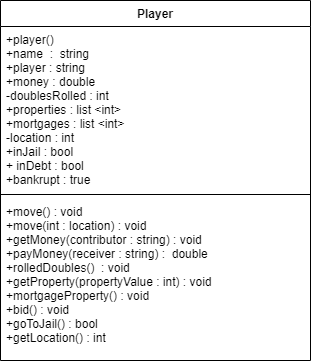
This is Player_Monopoly_UML.drawio.png from NReedel/Monopoly, a draw.io export, as it was before one commit. Source tidied: cells renumbered, new cells last; positions are measured from the earlier drawing's top-left corner, leaving out a move shared by most shapes.
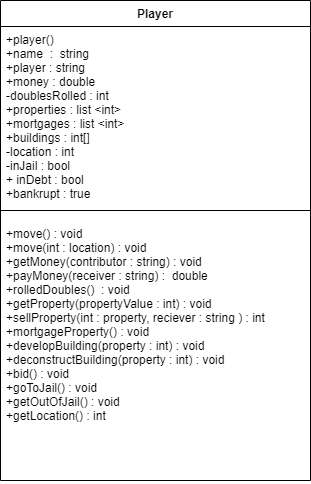
After the change.

Change to the diagram source:
```diff
@@ -3,16 +3,16 @@
     <mxCell id="0" style="html=1;" />
     <mxCell id="1" style="html=1;" parent="0" />
     <mxCell id="2" value="Player" style="swimlane;fontStyle=1;align=center;verticalAlign=top;horizontal=1;startSize=26;" parent="1" vertex="1">
-      <mxGeometry width="310" height="360" as="geometry" />
+      <mxGeometry width="310" height="480" as="geometry" />
     </mxCell>
-    <mxCell id="3" value="+player()&#10;+name  :  string&#10;+player : string&#10;+money : double&#10;-doublesRolled : int&#10;+properties : list &lt;int&gt;&#10;+mortgages : list &lt;int&gt;&#10;-location : int&#10;+inJail : bool&#10;+ inDebt : bool&#10;+bankrupt : true&#10;" style="text;strokeColor=none;fillColor=none;align=left;verticalAlign=top;spacingLeft=4;spacingRight=4;overflow=hidden;" parent="2" vertex="1">
-      <mxGeometry y="26" width="310" height="164" as="geometry" />
+    <mxCell id="3" value="+player()&#10;+name  :  string&#10;+player : string&#10;+money : double&#10;-doublesRolled : int&#10;+properties : list &lt;int&gt;&#10;+mortgages : list &lt;int&gt;&#10;+buildings : int[]&#10;-location : int&#10;-inJail : bool&#10;+ inDebt : bool&#10;+bankrupt : true&#10;" style="text;strokeColor=none;fillColor=none;align=left;verticalAlign=top;spacingLeft=4;spacingRight=4;overflow=hidden;" parent="2" vertex="1">
+      <mxGeometry y="26" width="310" height="174" as="geometry" />
     </mxCell>
     <mxCell id="4" style="line;strokeWidth=1;fillColor=none;align=left;verticalAlign=middle;spacingTop=-1;spacingLeft=3;spacingRight=3;labelPosition=right;strokeColor=inherit;" parent="2" vertex="1">
-      <mxGeometry y="190" width="310" height="8" as="geometry" />
+      <mxGeometry y="200" width="310" height="20" as="geometry" />
     </mxCell>
-    <mxCell id="5" value="+move() : void&#10;+move(int : location) : void&#10;+getMoney(contributor : string) : void&#10;+payMoney(receiver : string) :  double&#10;+rolledDoubles()  : void&#10;+getProperty(propertyValue : int) : void&#10;+mortgageProperty() : void &#10;+bid() : void &#10;+goToJail() : bool&#10;+getLocation() : int&#10;" style="text;strokeColor=none;fillColor=none;align=left;verticalAlign=top;spacingLeft=4;spacingRight=4;overflow=hidden;" parent="2" vertex="1">
-      <mxGeometry y="198" width="310" height="162" as="geometry" />
+    <mxCell id="5" value="+move() : void&#10;+move(int : location) : void&#10;+getMoney(contributor : string) : void&#10;+payMoney(receiver : string) :  double&#10;+rolledDoubles()  : void&#10;+getProperty(propertyValue : int) : void&#10;+sellProperty(int : property, reciever : string ) : int&#10;+mortgageProperty() : void &#10;+developBuilding(property : int) : void&#10;+deconstructBuilding(property : int) : void&#10;+bid() : void &#10;+goToJail() : void&#10;+getOutOfJail() : void&#10;+getLocation() : int&#10;" style="text;strokeColor=none;fillColor=none;align=left;verticalAlign=top;spacingLeft=4;spacingRight=4;overflow=hidden;" parent="2" vertex="1">
+      <mxGeometry y="220" width="310" height="260" as="geometry" />
     </mxCell>
   </root>
 </mxGraphModel>
```
